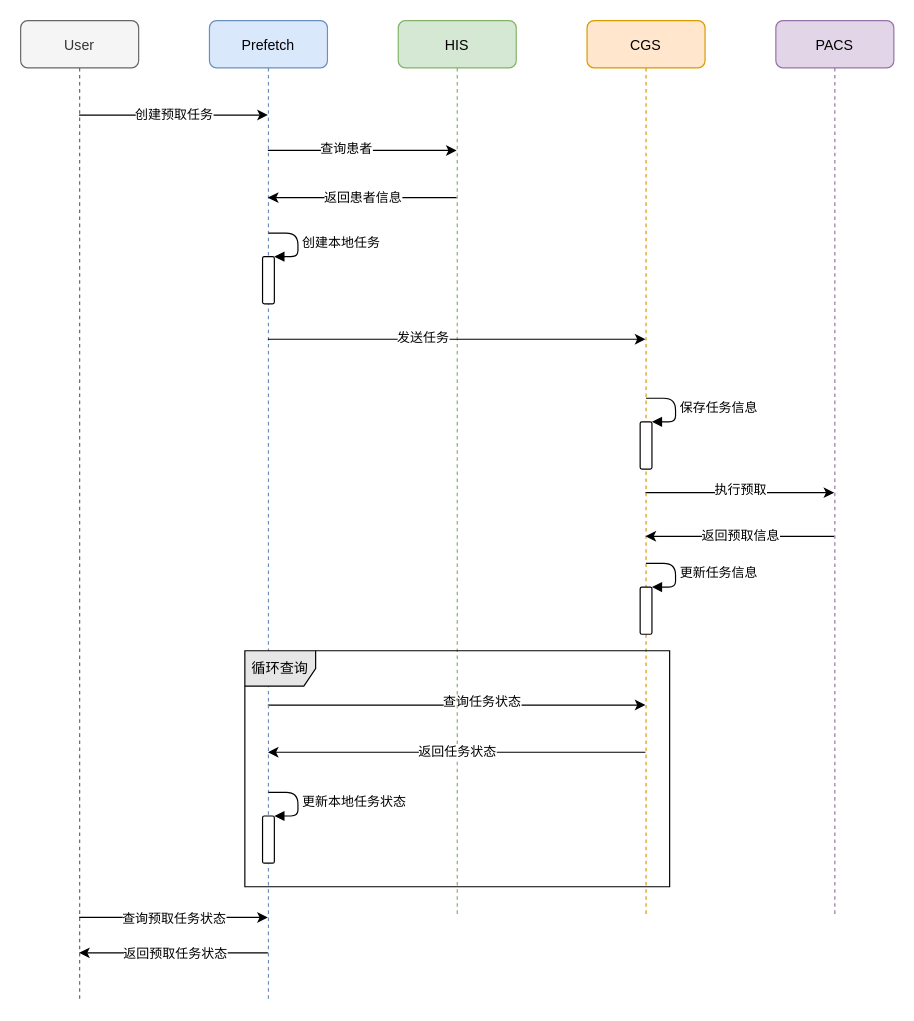
Above: uih/预取时序图.drawio in xzs603/draw.io (draw.io), before the change. Source tidied: cells renumbered, new cells numbered last; positions are measured from the earlier drawing's top-left corner, leaving out a move shared by most shapes. Both pictures are drawn from the tidied source at 118%, with x=0, y=0 at pixel (20, 20).
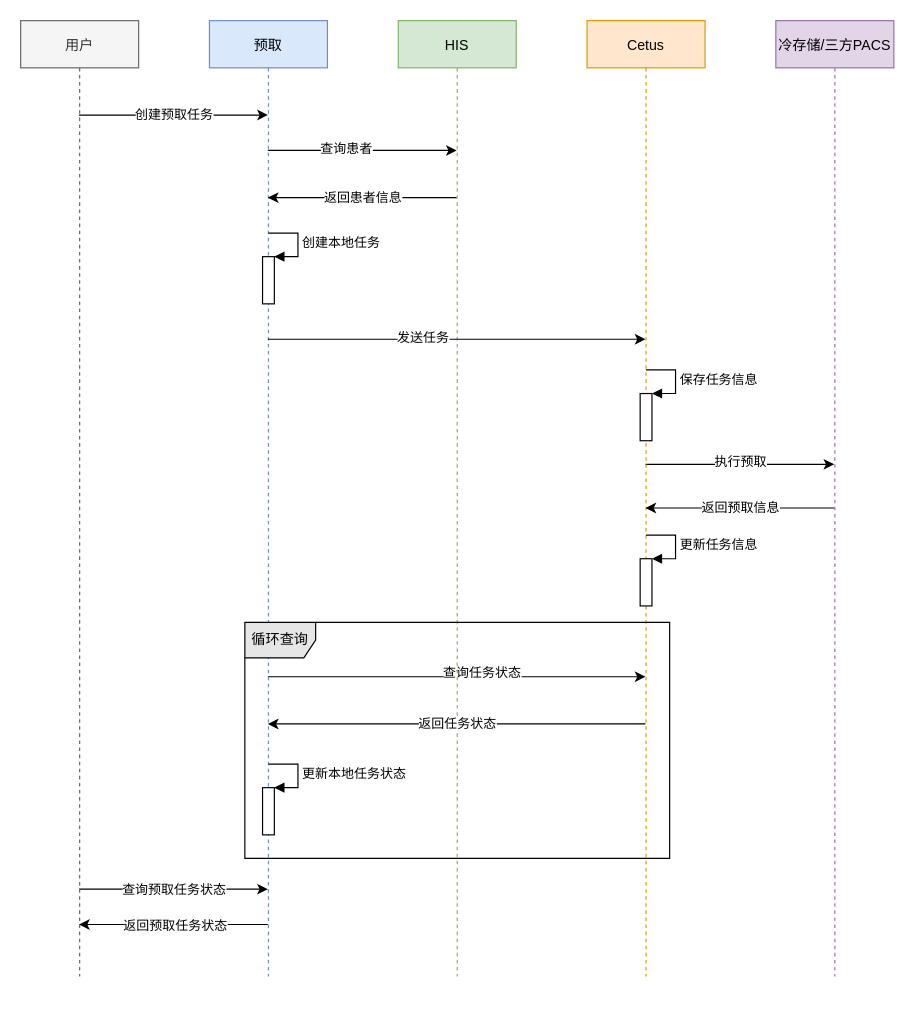
After the change.

Diff of the diagram source:
```diff
@@
-    <mxCell id="2" value="创建预取任务" style="edgeStyle=orthogonalEdgeStyle;jettySize=auto;html=1;" parent="1" edge="1" source="5" target="12">
+    <mxCell id="2" value="创建预取任务" style="edgeStyle=orthogonalEdgeStyle;jettySize=auto;html=1;rounded=0;" parent="1" edge="1" source="5" target="12">
       <mxGeometry relative="1" as="geometry">
         <Array as="points">
           <mxPoint x="130" y="80" />
           <mxPoint x="130" y="80" />
         </Array>
       </mxGeometry>
     </mxCell>
-    <mxCell id="3" style="edgeStyle=orthogonalEdgeStyle;jettySize=auto;html=1;" parent="1" edge="1" source="5" target="12">
+    <mxCell id="3" style="edgeStyle=orthogonalEdgeStyle;orthogonalLoop=1;jettySize=auto;html=1;rounded=0;" parent="1" edge="1">
       <mxGeometry relative="1" as="geometry">
+        <mxPoint x="49.5" y="736" as="sourcePoint" />
+        <mxPoint x="209.5" y="736" as="targetPoint" />
         <Array as="points">
-          <mxPoint x="150" y="760" />
-          <mxPoint x="150" y="760" />
+          <mxPoint x="150" y="736" />
+          <mxPoint x="150" y="736" />
         </Array>
       </mxGeometry>
     </mxCell>
-    <mxCell id="4" value="查询预取任务状态" style="edgeLabel;html=1;align=center;verticalAlign=middle;rounded=1;" parent="3" vertex="1">
+    <mxCell id="4" value="查询预取任务状态" style="edgeLabel;html=1;align=center;verticalAlign=middle;rounded=0;" parent="3" vertex="1">
       <mxGeometry x="0.19" relative="1" as="geometry">
         <mxPoint x="-15.5" as="offset" />
       </mxGeometry>
     </mxCell>
-    <mxCell id="5" value="User" style="shape=umlLifeline;perimeter=lifelinePerimeter;shadow=0;strokeWidth=1;fillColor=#f5f5f5;strokeColor=#666666;fontColor=#333333;rounded=1;" parent="1" vertex="1">
-      <mxGeometry width="100" height="830" as="geometry" />
+    <mxCell id="5" value="用户" style="shape=umlLifeline;perimeter=lifelinePerimeter;shadow=0;strokeWidth=1;fillColor=#f5f5f5;strokeColor=#666666;fontColor=#333333;rounded=0;" parent="1" vertex="1">
+      <mxGeometry width="100" height="810" as="geometry" />
     </mxCell>
-    <mxCell id="6" style="edgeStyle=orthogonalEdgeStyle;jettySize=auto;html=1;" parent="1" edge="1" source="12" target="18">
+    <mxCell id="6" style="edgeStyle=orthogonalEdgeStyle;jettySize=auto;html=1;rounded=0;" parent="1" edge="1" source="12" target="18">
       <mxGeometry relative="1" as="geometry">
         <Array as="points">
           <mxPoint x="280" y="110" />
           <mxPoint x="280" y="110" />
         </Array>
       </mxGeometry>
     </mxCell>
-    <mxCell id="7" value="查询患者" style="edgeLabel;html=1;align=center;verticalAlign=middle;rounded=1;" parent="6" vertex="1">
+    <mxCell id="7" value="查询患者" style="edgeLabel;html=1;align=center;verticalAlign=middle;rounded=0;" parent="6" vertex="1">
       <mxGeometry x="-0.18" y="2" relative="1" as="geometry" />
     </mxCell>
-    <mxCell id="8" style="edgeStyle=orthogonalEdgeStyle;jettySize=auto;html=1;" parent="1" edge="1" source="12" target="22">
+    <mxCell id="8" style="edgeStyle=orthogonalEdgeStyle;orthogonalLoop=1;jettySize=auto;html=1;rounded=0;" parent="1" edge="1">
       <mxGeometry relative="1" as="geometry">
+        <mxPoint x="209.5" y="556" as="sourcePoint" />
+        <mxPoint x="529.5" y="556" as="targetPoint" />
         <Array as="points">
-          <mxPoint x="430" y="580" />
-          <mxPoint x="430" y="580" />
+          <mxPoint x="430" y="556" />
+          <mxPoint x="430" y="556" />
         </Array>
       </mxGeometry>
     </mxCell>
-    <mxCell id="9" value="查询任务状态" style="edgeLabel;html=1;align=center;verticalAlign=middle;rounded=1;" parent="8" vertex="1">
+    <mxCell id="9" value="查询任务状态" style="edgeLabel;html=1;align=center;verticalAlign=middle;rounded=0;" parent="8" vertex="1">
       <mxGeometry x="0.13" y="4" relative="1" as="geometry" />
     </mxCell>
-    <mxCell id="10" style="edgeStyle=orthogonalEdgeStyle;jettySize=auto;html=1;" parent="1" edge="1" source="12" target="5">
+    <mxCell id="10" style="edgeStyle=orthogonalEdgeStyle;orthogonalLoop=1;jettySize=auto;html=1;rounded=0;" parent="1" edge="1">
       <mxGeometry relative="1" as="geometry">
+        <mxPoint x="209.5" y="766" as="sourcePoint" />
+        <mxPoint x="49.5" y="766" as="targetPoint" />
         <Array as="points">
-          <mxPoint x="140" y="790" />
-          <mxPoint x="140" y="790" />
+          <mxPoint x="140" y="766" />
+          <mxPoint x="140" y="766" />
         </Array>
       </mxGeometry>
     </mxCell>
-    <mxCell id="11" value="返回预取任务状态" style="edgeLabel;html=1;align=center;verticalAlign=middle;rounded=1;" parent="10" vertex="1">
+    <mxCell id="11" value="返回预取任务状态" style="edgeLabel;html=1;align=center;verticalAlign=middle;rounded=0;" parent="10" vertex="1">
       <mxGeometry x="0.27" relative="1" as="geometry">
         <mxPoint x="22.5" as="offset" />
       </mxGeometry>
     </mxCell>
-    <mxCell id="12" value="Prefetch" style="shape=umlLifeline;perimeter=lifelinePerimeter;shadow=0;strokeWidth=1;fillColor=#dae8fc;strokeColor=#6c8ebf;rounded=1;" parent="1" vertex="1">
-      <mxGeometry x="160" width="100" height="830" as="geometry" />
+    <mxCell id="12" value="预取" style="shape=umlLifeline;perimeter=lifelinePerimeter;shadow=0;strokeWidth=1;fillColor=#dae8fc;strokeColor=#6c8ebf;rounded=0;" parent="1" vertex="1">
+      <mxGeometry x="160" width="100" height="810" as="geometry" />
     </mxCell>
-    <mxCell id="13" style="html=1;points=[];perimeter=orthogonalPerimeter;rounded=1;" parent="12" vertex="1">
+    <mxCell id="13" style="html=1;points=[];perimeter=orthogonalPerimeter;rounded=0;" parent="12" vertex="1">
       <mxGeometry x="45" y="200" width="10" height="40" as="geometry" />
     </mxCell>
-    <mxCell id="14" value="创建本地任务" style="edgeStyle=orthogonalEdgeStyle;html=1;align=left;spacingLeft=2;endArrow=block;entryX=1;entryY=0;" parent="12" edge="1" target="13">
+    <mxCell id="14" value="创建本地任务" style="edgeStyle=orthogonalEdgeStyle;html=1;align=left;spacingLeft=2;endArrow=block;entryX=1;entryY=0;rounded=0;" parent="12" edge="1" target="13">
       <mxGeometry relative="1" as="geometry">
         <mxPoint x="50" y="180" as="sourcePoint" />
         <Array as="points">
           <mxPoint x="75" y="180" />
         </Array>
       </mxGeometry>
     </mxCell>
-    <mxCell id="15" style="html=1;points=[];perimeter=orthogonalPerimeter;rounded=1;" parent="12" vertex="1">
-      <mxGeometry x="45" y="674" width="10" height="40" as="geometry" />
+    <mxCell id="15" style="html=1;points=[];perimeter=orthogonalPerimeter;rounded=0;" parent="12" vertex="1">
+      <mxGeometry x="45" y="650" width="10" height="40" as="geometry" />
     </mxCell>
-    <mxCell id="16" value="更新本地任务状态" style="edgeStyle=orthogonalEdgeStyle;html=1;align=left;spacingLeft=2;endArrow=block;entryX=1;entryY=0;" parent="12" edge="1" target="15">
+    <mxCell id="16" value="更新本地任务状态" style="edgeStyle=orthogonalEdgeStyle;html=1;align=left;spacingLeft=2;endArrow=block;entryX=1;entryY=0;rounded=0;" parent="12" edge="1" target="15">
       <mxGeometry relative="1" as="geometry">
-        <mxPoint x="50" y="654" as="sourcePoint" />
+        <mxPoint x="50" y="630" as="sourcePoint" />
         <Array as="points">
-          <mxPoint x="75" y="654" />
+          <mxPoint x="75" y="630" />
         </Array>
       </mxGeometry>
     </mxCell>
-    <mxCell id="17" value="返回患者信息" style="edgeStyle=orthogonalEdgeStyle;jettySize=auto;html=1;" parent="1" edge="1" source="18" target="12">
+    <mxCell id="17" value="返回患者信息" style="edgeStyle=orthogonalEdgeStyle;jettySize=auto;html=1;rounded=0;" parent="1" edge="1" source="18" target="12">
       <mxGeometry relative="1" as="geometry">
         <Array as="points">
           <mxPoint x="300" y="150" />
           <mxPoint x="300" y="150" />
         </Array>
       </mxGeometry>
     </mxCell>
-    <mxCell id="18" value="HIS" style="shape=umlLifeline;perimeter=lifelinePerimeter;shadow=0;strokeWidth=1;fillColor=#d5e8d4;strokeColor=#82b366;rounded=1;" parent="1" vertex="1">
-      <mxGeometry x="320" width="100" height="760" as="geometry" />
+    <mxCell id="18" value="HIS" style="shape=umlLifeline;perimeter=lifelinePerimeter;shadow=0;strokeWidth=1;fillColor=#d5e8d4;strokeColor=#82b366;rounded=0;" parent="1" vertex="1">
+      <mxGeometry x="320" width="100" height="810" as="geometry" />
     </mxCell>
-    <mxCell id="19" style="edgeStyle=orthogonalEdgeStyle;jettySize=auto;html=1;" parent="1" edge="1" source="22" target="28">
+    <mxCell id="19" style="edgeStyle=orthogonalEdgeStyle;orthogonalLoop=1;jettySize=auto;html=1;rounded=0;" parent="1" edge="1">
       <mxGeometry relative="1" as="geometry">
+        <mxPoint x="529.5" y="376" as="sourcePoint" />
+        <mxPoint x="689.5" y="376" as="targetPoint" />
         <Array as="points">
-          <mxPoint x="620" y="400" />
-          <mxPoint x="620" y="400" />
+          <mxPoint x="620" y="376" />
+          <mxPoint x="620" y="376" />
         </Array>
       </mxGeometry>
     </mxCell>
-    <mxCell id="20" value="执行预取" style="edgeLabel;html=1;align=center;verticalAlign=middle;rounded=1;" parent="19" vertex="1">
+    <mxCell id="20" value="执行预取" style="edgeLabel;html=1;align=center;verticalAlign=middle;rounded=0;" parent="19" vertex="1">
       <mxGeometry x="0.14" y="3" relative="1" as="geometry">
         <mxPoint x="-11.5" as="offset" />
       </mxGeometry>
     </mxCell>
-    <mxCell id="21" value="返回任务状态" style="edgeStyle=orthogonalEdgeStyle;jettySize=auto;html=1;" parent="1" edge="1" source="22" target="12">
+    <mxCell id="21" value="返回任务状态" style="edgeStyle=orthogonalEdgeStyle;orthogonalLoop=1;jettySize=auto;html=1;rounded=0;" parent="1" edge="1">
       <mxGeometry relative="1" as="geometry">
+        <mxPoint x="529.5" y="596" as="sourcePoint" />
+        <mxPoint x="209.5" y="596" as="targetPoint" />
         <Array as="points">
-          <mxPoint x="390" y="620" />
-          <mxPoint x="390" y="620" />
+          <mxPoint x="390" y="596" />
+          <mxPoint x="390" y="596" />
         </Array>
       </mxGeometry>
     </mxCell>
-    <mxCell id="22" value="CGS" style="shape=umlLifeline;perimeter=lifelinePerimeter;shadow=0;strokeWidth=1;fillColor=#ffe6cc;strokeColor=#d79b00;rounded=1;" parent="1" vertex="1">
-      <mxGeometry x="480" width="100" height="760" as="geometry" />
+    <mxCell id="22" value="Cetus" style="shape=umlLifeline;perimeter=lifelinePerimeter;shadow=0;strokeWidth=1;fillColor=#ffe6cc;strokeColor=#d79b00;rounded=0;" parent="1" vertex="1">
+      <mxGeometry x="480" width="100" height="810" as="geometry" />
     </mxCell>
-    <mxCell id="23" style="html=1;points=[];perimeter=orthogonalPerimeter;rounded=1;" parent="22" vertex="1">
-      <mxGeometry x="45" y="340" width="10" height="40" as="geometry" />
+    <mxCell id="23" style="html=1;points=[];perimeter=orthogonalPerimeter;rounded=0;" parent="22" vertex="1">
+      <mxGeometry x="45" y="316" width="10" height="40" as="geometry" />
     </mxCell>
-    <mxCell id="24" value="保存任务信息" style="edgeStyle=orthogonalEdgeStyle;html=1;align=left;spacingLeft=2;endArrow=block;entryX=1;entryY=0;" parent="22" edge="1" target="23">
+    <mxCell id="24" value="保存任务信息" style="edgeStyle=orthogonalEdgeStyle;html=1;align=left;spacingLeft=2;endArrow=block;entryX=1;entryY=0;rounded=0;" parent="22" edge="1" target="23">
       <mxGeometry relative="1" as="geometry">
-        <mxPoint x="50" y="320" as="sourcePoint" />
+        <mxPoint x="50" y="296" as="sourcePoint" />
         <Array as="points">
-          <mxPoint x="75" y="320" />
+          <mxPoint x="75" y="296" />
         </Array>
       </mxGeometry>
     </mxCell>
-    <mxCell id="25" style="html=1;points=[];perimeter=orthogonalPerimeter;rounded=1;" parent="22" vertex="1">
-      <mxGeometry x="45" y="480" width="10" height="40" as="geometry" />
+    <mxCell id="25" style="html=1;points=[];perimeter=orthogonalPerimeter;rounded=0;" parent="22" vertex="1">
+      <mxGeometry x="45" y="456" width="10" height="40" as="geometry" />
     </mxCell>
-    <mxCell id="26" value="更新任务信息" style="edgeStyle=orthogonalEdgeStyle;html=1;align=left;spacingLeft=2;endArrow=block;entryX=1;entryY=0;" parent="22" edge="1" target="25">
+    <mxCell id="26" value="更新任务信息" style="edgeStyle=orthogonalEdgeStyle;html=1;align=left;spacingLeft=2;endArrow=block;entryX=1;entryY=0;rounded=0;" parent="22" edge="1" target="25">
       <mxGeometry relative="1" as="geometry">
-        <mxPoint x="50" y="460" as="sourcePoint" />
+        <mxPoint x="50" y="436" as="sourcePoint" />
         <Array as="points">
-          <mxPoint x="75" y="460" />
+          <mxPoint x="75" y="436" />
         </Array>
       </mxGeometry>
     </mxCell>
-    <mxCell id="27" value="返回预取信息" style="edgeStyle=orthogonalEdgeStyle;orthogonalLoop=1;jettySize=auto;html=1;" parent="1" edge="1">
+    <mxCell id="27" value="返回预取信息" style="edgeStyle=orthogonalEdgeStyle;orthogonalLoop=1;jettySize=auto;html=1;rounded=0;" parent="1" edge="1">
       <mxGeometry relative="1" as="geometry">
-        <mxPoint x="689.5" y="437" as="sourcePoint" />
-        <mxPoint x="529.5" y="437" as="targetPoint" />
+        <mxPoint x="689.5" y="413" as="sourcePoint" />
+        <mxPoint x="529.5" y="413" as="targetPoint" />
         <Array as="points">
-          <mxPoint x="610" y="437" />
-          <mxPoint x="610" y="437" />
+          <mxPoint x="610" y="413" />
+          <mxPoint x="610" y="413" />
         </Array>
       </mxGeometry>
     </mxCell>
-    <mxCell id="28" value="PACS" style="shape=umlLifeline;perimeter=lifelinePerimeter;shadow=0;strokeWidth=1;fillColor=#e1d5e7;strokeColor=#9673a6;rounded=1;" parent="1" vertex="1">
-      <mxGeometry x="640" width="100" height="760" as="geometry" />
+    <mxCell id="28" value="冷存储/三方PACS" style="shape=umlLifeline;perimeter=lifelinePerimeter;shadow=0;strokeWidth=1;fillColor=#e1d5e7;strokeColor=#9673a6;rounded=0;" parent="1" vertex="1">
+      <mxGeometry x="640" width="100" height="810" as="geometry" />
     </mxCell>
-    <mxCell id="29" style="edgeStyle=orthogonalEdgeStyle;jettySize=auto;html=1;" parent="1" edge="1" source="12" target="22">
+    <mxCell id="29" style="edgeStyle=orthogonalEdgeStyle;jettySize=auto;html=1;rounded=0;" parent="1" edge="1" source="12" target="22">
       <mxGeometry relative="1" as="geometry">
         <Array as="points">
           <mxPoint x="430" y="270" />
           <mxPoint x="430" y="270" />
         </Array>
       </mxGeometry>
     </mxCell>
-    <mxCell id="30" value="发送任务" style="edgeLabel;html=1;align=center;verticalAlign=middle;rounded=1;" parent="29" vertex="1">
+    <mxCell id="30" value="发送任务" style="edgeLabel;html=1;align=center;verticalAlign=middle;rounded=0;" parent="29" vertex="1">
       <mxGeometry x="-0.18" y="2" relative="1" as="geometry" />
     </mxCell>
-    <mxCell id="31" value="循环查询" style="shape=umlFrame;whiteSpace=wrap;html=1;fillColor=#E6E6E6;shadow=0;rounded=1;" parent="1" vertex="1">
-      <mxGeometry x="190" y="534" width="360" height="200" as="geometry" />
+    <mxCell id="31" value="循环查询" style="shape=umlFrame;whiteSpace=wrap;html=1;fillColor=#E6E6E6;shadow=0;rounded=0;" parent="1" vertex="1">
+      <mxGeometry x="190" y="510" width="360" height="200" as="geometry" />
     </mxCell>
```
